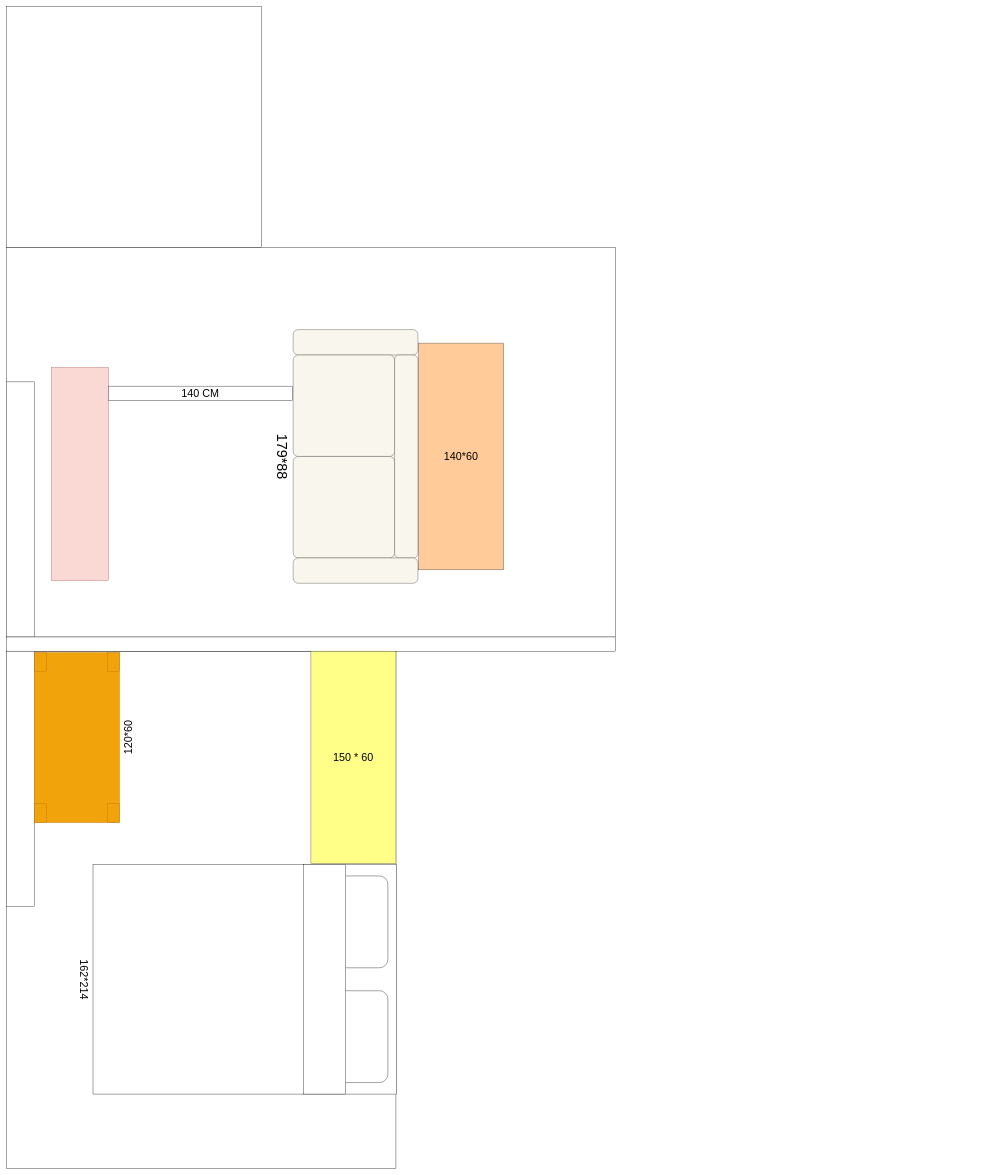
The draw.io diagram src/components/Untitled Diagram.drawio in laughingstocK/test_todolist, before the edit. Source tidied: cells renumbered, new cells numbered last; positions are measured from the earlier drawing's top-left corner, leaving out a move shared by most shapes. Both pictures are drawn from the tidied source at 36%, with x=0, y=0 at pixel (-58, 6).
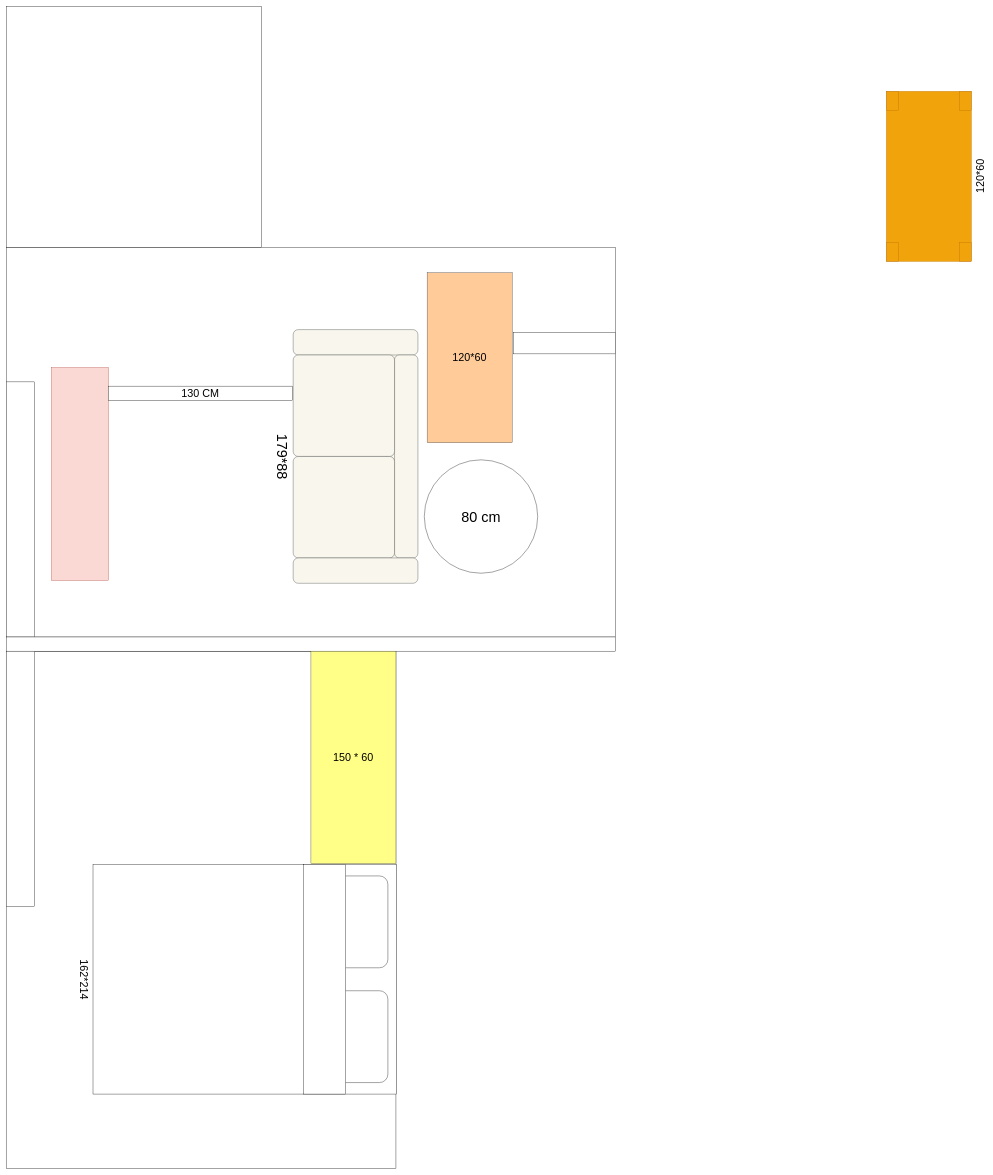
After the change.

The edit, as a diff of the source:
```diff
@@
 <mxGraphModel>
   <root>
     <mxCell id="0" />
     <mxCell id="1" parent="0" />
     <mxCell id="2" style="rounded=0;whiteSpace=wrap;html=1;rotation=90;" parent="1" vertex="1">
       <mxGeometry x="-0.5" y="1968.5" width="1437" height="1082.7" as="geometry" />
     </mxCell>
     <mxCell id="3" style="rounded=0;whiteSpace=wrap;html=1;fillColor=default;" parent="1" vertex="1">
       <mxGeometry x="176.7" y="669.3" width="1692.9" height="1082.7" as="geometry" />
     </mxCell>
     <mxCell id="4" style="rounded=0;whiteSpace=wrap;html=1;" parent="1" vertex="1">
       <mxGeometry x="176.7" width="708.7" height="669.3" as="geometry" />
     </mxCell>
     <mxCell id="5" style="rounded=0;whiteSpace=wrap;html=1;" parent="1" vertex="1">
       <mxGeometry x="176.7" y="1043.3" width="78.7" height="708.6" as="geometry" />
     </mxCell>
     <mxCell id="6" style="rounded=0;whiteSpace=wrap;html=1;" parent="1" vertex="1">
       <mxGeometry x="176.7" y="1751.9" width="1692.9" height="39.4" as="geometry" />
     </mxCell>
     <mxCell id="7" style="rounded=0;whiteSpace=wrap;html=1;" parent="1" vertex="1">
       <mxGeometry x="176.7" y="1791.3" width="78.7" height="708.7" as="geometry" />
     </mxCell>
-    <mxCell id="8" value="&lt;font style=&quot;font-size: 30px;&quot;&gt;140*60&lt;/font&gt;" style="rounded=0;whiteSpace=wrap;html=1;fillColor=#ffcc99;strokeColor=#36393d;" parent="1" vertex="1">
-      <mxGeometry x="1322.4" y="935.5" width="236.2" height="629.9" as="geometry" />
+    <mxCell id="8" value="&lt;font style=&quot;font-size: 30px;&quot;&gt;12&lt;/font&gt;&lt;span style=&quot;font-size: 30px; background-color: initial;&quot;&gt;0*60&lt;/span&gt;" style="rounded=0;whiteSpace=wrap;html=1;fillColor=#ffcc99;strokeColor=#36393d;" parent="1" vertex="1">
+      <mxGeometry x="1346" y="740.1" width="236.2" height="472.4" as="geometry" />
     </mxCell>
     <mxCell id="9" style="rounded=0;whiteSpace=wrap;html=1;rotation=90;fillColor=#fad9d5;strokeColor=#ae4132;" parent="1" vertex="1">
       <mxGeometry x="86.1" y="1220.4" width="590.5" height="157.5" as="geometry" />
     </mxCell>
     <mxCell id="10" value="&lt;font style=&quot;font-size: 40px;&quot;&gt;179*88&lt;/font&gt;" style="verticalLabelPosition=bottom;html=1;verticalAlign=top;align=center;shape=mxgraph.floorplan.couch;rotation=90;fillColor=#f9f7ed;strokeColor=#36393d;" parent="1" vertex="1">
       <mxGeometry x="794.8" y="1077.2" width="704.7" height="346.5" as="geometry" />
     </mxCell>
     <mxCell id="11" value="&lt;font style=&quot;font-size: 30px;&quot;&gt;120*60&lt;/font&gt;" style="verticalLabelPosition=bottom;html=1;verticalAlign=top;align=center;shape=mxgraph.floorplan.table;fillColor=#f0a30a;fontColor=#000000;strokeColor=#BD7000;rotation=-90;" parent="1" vertex="1">
-      <mxGeometry x="137.3" y="1913.3" width="472.4" height="236.2" as="geometry" />
+      <mxGeometry x="2503.5" y="354.3" width="472.4" height="236.2" as="geometry" />
     </mxCell>
-    <mxCell id="12" value="&lt;font style=&quot;font-size: 30px;&quot;&gt;14&lt;/font&gt;&lt;span style=&quot;font-size: 30px; background-color: initial;&quot;&gt;0 CM&lt;/span&gt;" style="rounded=0;whiteSpace=wrap;html=1;" parent="1" vertex="1">
+    <mxCell id="12" value="&lt;font style=&quot;font-size: 30px;&quot;&gt;13&lt;/font&gt;&lt;span style=&quot;font-size: 30px; background-color: initial;&quot;&gt;0 CM&lt;/span&gt;" style="rounded=0;whiteSpace=wrap;html=1;" parent="1" vertex="1">
       <mxGeometry x="460.2" y="1055.1" width="511.8" height="39.4" as="geometry" />
     </mxCell>
     <mxCell id="13" value="&lt;font style=&quot;font-size: 30px;&quot;&gt;150 * 60&lt;/font&gt;" style="rounded=0;whiteSpace=wrap;html=1;fillColor=#ffff88;strokeColor=#36393d;" parent="1" vertex="1">
       <mxGeometry x="1023.2" y="1791.3" width="236.2" height="590.5" as="geometry" />
     </mxCell>
     <mxCell id="14" value="&lt;font style=&quot;font-size: 30px;&quot;&gt;162*214&lt;/font&gt;" style="verticalLabelPosition=bottom;html=1;verticalAlign=top;align=center;shape=mxgraph.floorplan.bed_double;rotation=90;" parent="1" vertex="1">
       <mxGeometry x="520.2" y="2281.4" width="637.8" height="842.5" as="geometry" />
     </mxCell>
+    <mxCell id="15" value="&lt;font style=&quot;font-size: 40px;&quot;&gt;80 cm&lt;/font&gt;" style="ellipse;whiteSpace=wrap;html=1;" parent="1" vertex="1">
+      <mxGeometry x="1338.1" y="1259.8" width="315" height="315" as="geometry" />
+    </mxCell>
+    <mxCell id="16" style="rounded=0;whiteSpace=wrap;html=1;" parent="1" vertex="1">
+      <mxGeometry x="1586.2" y="905.5" width="283.5" height="60" as="geometry" />
+    </mxCell>
   </root>
 </mxGraphModel>
```
